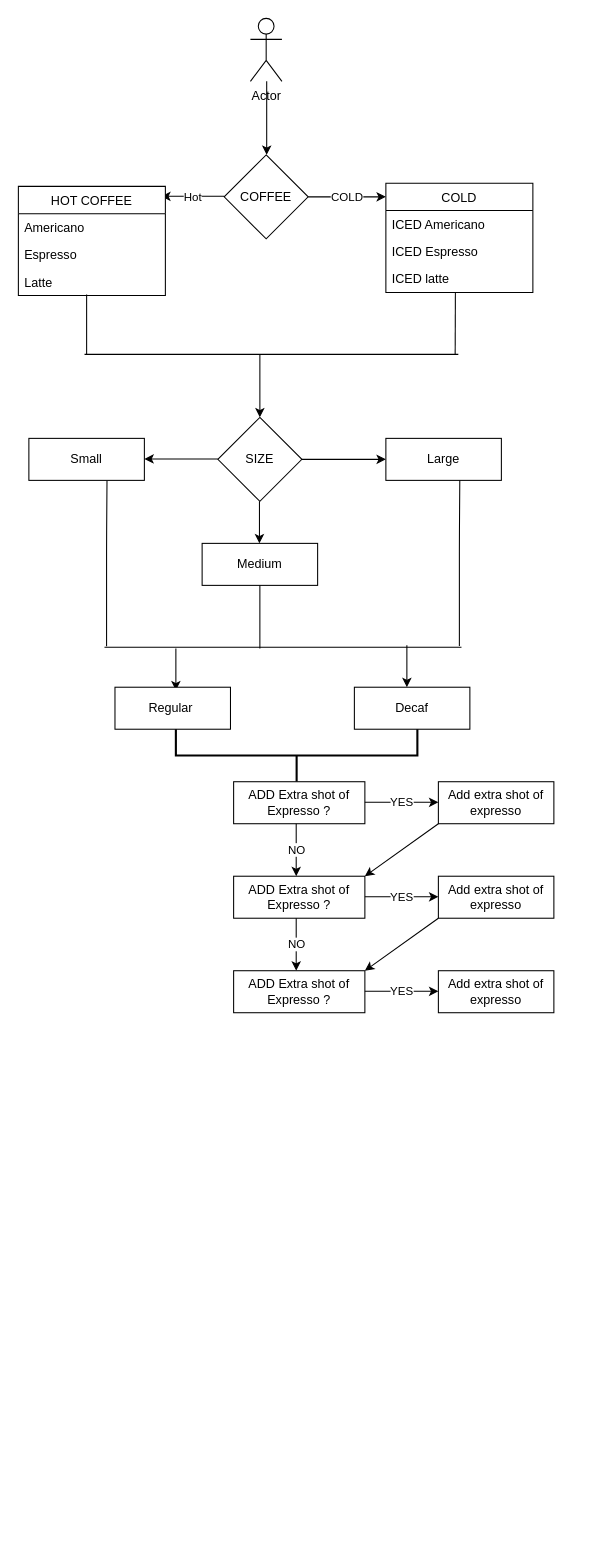
Before: Untitled Diagram.drawio in Anirudh1149/Structured_outline, a draw.io diagram. Source tidied: cells renumbered, new cells numbered last; positions are measured from the earlier drawing's top-left corner, leaving out a move shared by most shapes. Both pictures are drawn from the tidied source at 105%, with x=0, y=0 at pixel (18, 18).
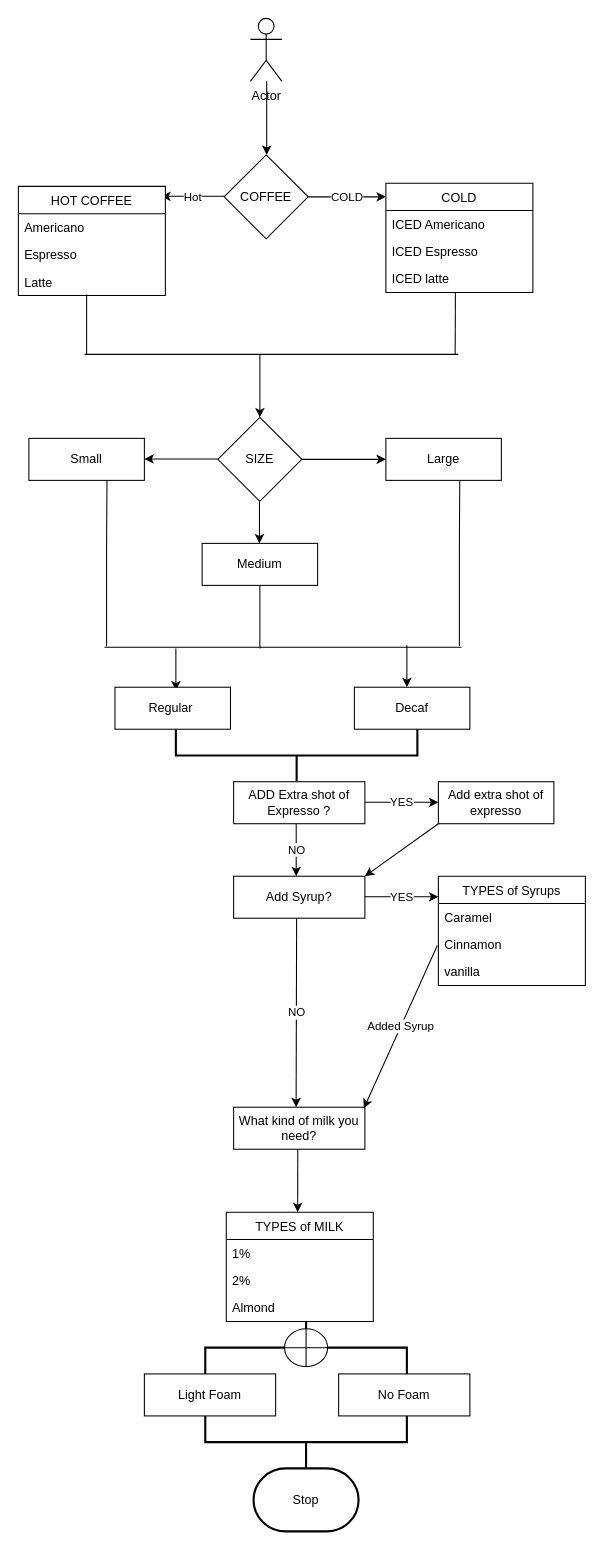
After the change.

The edit, as a diff of the source:
```diff
@@
-    <mxCell id="39" value="ADD Extra shot of Expresso ?" style="rounded=0;whiteSpace=wrap;html=1;" parent="1" vertex="1">
+    <mxCell id="39" value="Add Syrup?" style="rounded=0;whiteSpace=wrap;html=1;" parent="1" vertex="1">
       <mxGeometry x="205" y="817" width="125" height="40" as="geometry" />
     </mxCell>
@@
-    <mxCell id="41" value="Add extra shot of expresso" style="rounded=0;whiteSpace=wrap;html=1;" parent="1" vertex="1">
-      <mxGeometry x="400" y="817" width="110" height="40" as="geometry" />
-    </mxCell>
@@
-    <mxCell id="43" value="NO" style="endArrow=classic;html=1;" parent="1" edge="1">
+    <mxCell id="43" value="NO" style="endArrow=classic;html=1;entryX=0.5;entryY=0;entryDx=0;entryDy=0;" parent="1" edge="1">
       <mxGeometry relative="1" as="geometry">
-        <mxPoint x="264.6" y="857" as="sourcePoint" />
-        <mxPoint x="264.6" y="907" as="targetPoint" />
+        <mxPoint x="265" y="857" as="sourcePoint" />
+        <mxPoint x="264.5" y="1037" as="targetPoint" />
       </mxGeometry>
     </mxCell>
-    <mxCell id="44" value="ADD Extra shot of Expresso ?" style="rounded=0;whiteSpace=wrap;html=1;" parent="1" vertex="1">
-      <mxGeometry x="205" y="907" width="125" height="40" as="geometry" />
+    <mxCell id="44" value="What kind of milk you need?" style="rounded=0;whiteSpace=wrap;html=1;" parent="1" vertex="1">
+      <mxGeometry x="205" y="1037" width="125" height="40" as="geometry" />
     </mxCell>
-    <mxCell id="45" value="YES" style="endArrow=classic;html=1;" parent="1" edge="1">
-      <mxGeometry relative="1" as="geometry">
-        <mxPoint x="330" y="926.6" as="sourcePoint" />
-        <mxPoint x="400" y="926.6" as="targetPoint" />
-      </mxGeometry>
-    </mxCell>
-    <mxCell id="46" value="Add extra shot of expresso" style="rounded=0;whiteSpace=wrap;html=1;" parent="1" vertex="1">
-      <mxGeometry x="400" y="907" width="110" height="40" as="geometry" />
-    </mxCell>
-    <mxCell id="47" style="endArrow=classic;html=1;entryX=1;entryY=0;entryDx=0;entryDy=0;" parent="1" edge="1">
-      <mxGeometry relative="1" as="geometry">
-        <mxPoint x="400" y="857" as="sourcePoint" />
-        <mxPoint x="330" y="907" as="targetPoint" />
-      </mxGeometry>
-    </mxCell>
+    <mxCell id="48" value="TYPES of Syrups" style="swimlane;fontStyle=0;horizontal=1;startSize=26;" parent="1" vertex="1">
+      <mxGeometry x="400" y="817" width="140" height="104" as="geometry" />
+    </mxCell>
+    <mxCell id="49" value="Caramel" style="text;strokeColor=none;fillColor=none;align=left;verticalAlign=top;spacingLeft=4;spacingRight=4;overflow=hidden;" parent="48" vertex="1">
+      <mxGeometry y="26" width="140" height="26" as="geometry" />
+    </mxCell>
+    <mxCell id="50" value="Cinnamon" style="text;strokeColor=none;fillColor=none;align=left;verticalAlign=top;spacingLeft=4;spacingRight=4;overflow=hidden;" parent="48" vertex="1">
+      <mxGeometry y="52" width="140" height="26" as="geometry" />
+    </mxCell>
+    <mxCell id="51" value="vanilla" style="text;strokeColor=none;fillColor=none;align=left;verticalAlign=top;spacingLeft=4;spacingRight=4;overflow=hidden;" parent="48" vertex="1">
+      <mxGeometry y="78" width="140" height="26" as="geometry" />
+    </mxCell>
+    <mxCell id="52" style="endArrow=classic;html=1;" parent="1" edge="1">
+      <mxGeometry relative="1" as="geometry">
+        <mxPoint x="266.1" y="1077" as="sourcePoint" />
+        <mxPoint x="266" y="1137" as="targetPoint" />
+      </mxGeometry>
+    </mxCell>
+    <mxCell id="53" value="Added Syrup" style="endArrow=classic;html=1;entryX=1;entryY=0;entryDx=0;entryDy=0;exitX=0;exitY=0.5;exitDx=0;exitDy=0;" parent="1" edge="1">
+      <mxGeometry relative="1" as="geometry">
+        <mxPoint x="399" y="883" as="sourcePoint" />
+        <mxPoint x="329" y="1038" as="targetPoint" />
+      </mxGeometry>
+    </mxCell>
+    <mxCell id="54" value="TYPES of MILK" style="swimlane;fontStyle=0;horizontal=1;startSize=26;" parent="1" vertex="1">
+      <mxGeometry x="198" y="1137" width="140" height="104" as="geometry" />
+    </mxCell>
+    <mxCell id="55" value="1%" style="text;strokeColor=none;fillColor=none;align=left;verticalAlign=top;spacingLeft=4;spacingRight=4;overflow=hidden;" parent="54" vertex="1">
+      <mxGeometry y="26" width="140" height="26" as="geometry" />
+    </mxCell>
+    <mxCell id="56" value="2%" style="text;strokeColor=none;fillColor=none;align=left;verticalAlign=top;spacingLeft=4;spacingRight=4;overflow=hidden;" parent="54" vertex="1">
+      <mxGeometry y="52" width="140" height="26" as="geometry" />
+    </mxCell>
+    <mxCell id="57" value="Almond" style="text;strokeColor=none;fillColor=none;align=left;verticalAlign=top;spacingLeft=4;spacingRight=4;overflow=hidden;" parent="54" vertex="1">
+      <mxGeometry y="78" width="140" height="26" as="geometry" />
+    </mxCell>
+    <mxCell id="58" style="strokeWidth=2;html=1;shape=mxgraph.flowchart.annotation_2;align=left;labelPosition=right;direction=south;" parent="1" vertex="1">
+      <mxGeometry x="178" y="1241" width="192" height="50" as="geometry" />
+    </mxCell>
+    <mxCell id="59" value="Light Foam" style="rounded=0;whiteSpace=wrap;html=1;" parent="1" vertex="1">
+      <mxGeometry x="120" y="1291" width="125" height="40" as="geometry" />
+    </mxCell>
+    <mxCell id="60" value="No Foam" style="rounded=0;whiteSpace=wrap;html=1;" parent="1" vertex="1">
+      <mxGeometry x="305" y="1291" width="125" height="40" as="geometry" />
+    </mxCell>
+    <mxCell id="61" style="strokeWidth=2;html=1;shape=mxgraph.flowchart.annotation_2;align=left;labelPosition=right;direction=north;" parent="1" vertex="1">
+      <mxGeometry x="178" y="1331" width="192" height="50" as="geometry" />
+    </mxCell>
+    <mxCell id="62" style="verticalLabelPosition=bottom;verticalAlign=top;html=1;shape=mxgraph.flowchart.summing_function;" parent="1" vertex="1">
+      <mxGeometry x="253.5" y="1248" width="41" height="36" as="geometry" />
+    </mxCell>
+    <mxCell id="63" value="Stop" style="strokeWidth=2;html=1;shape=mxgraph.flowchart.terminator;whiteSpace=wrap;" parent="1" vertex="1">
+      <mxGeometry x="224" y="1381" width="100" height="60" as="geometry" />
+    </mxCell>
```
